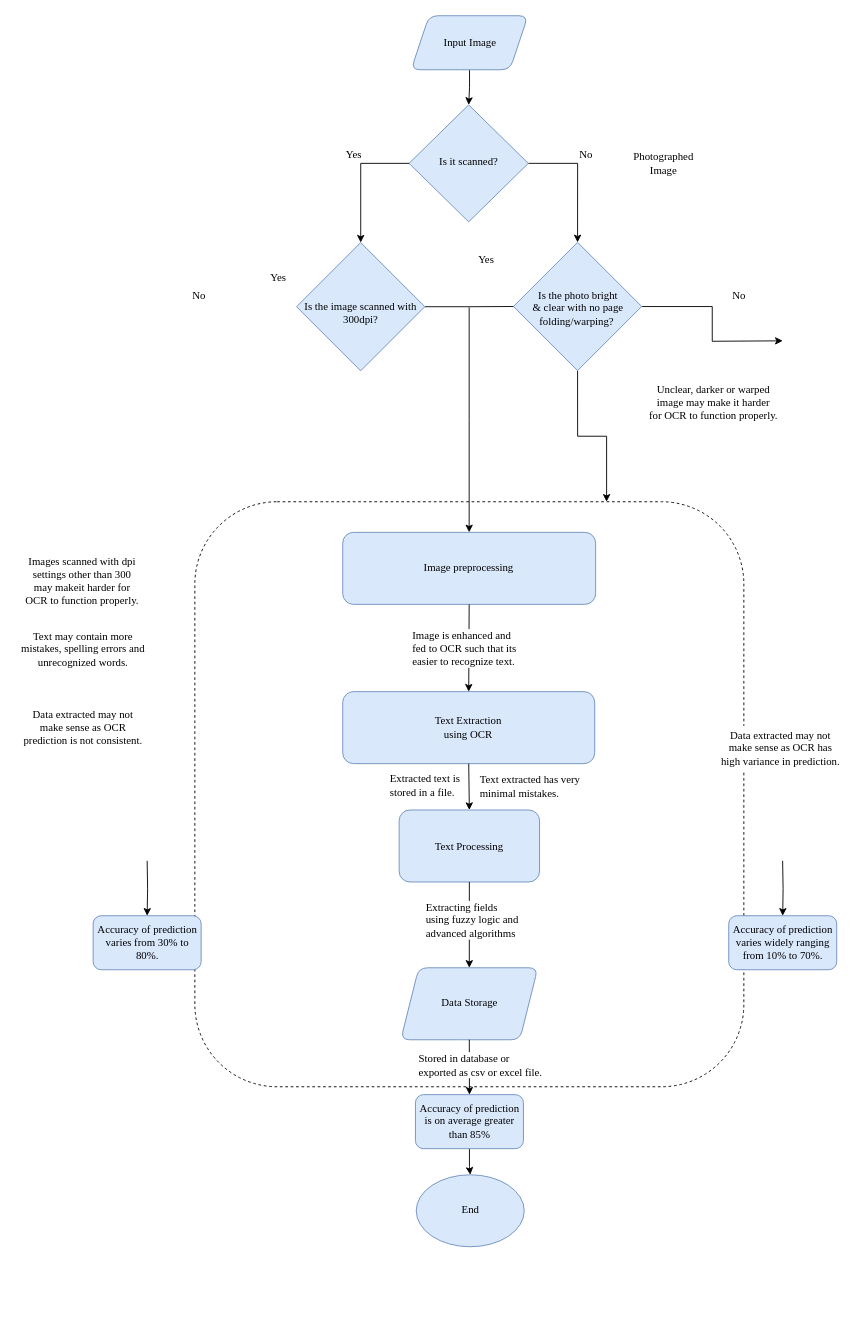
Before: page "Page-3" (3 of 3) of workflow3.drawio in NiThIn-S/first, a draw.io diagram. Source tidied: cells renumbered, new cells numbered last; positions are measured from the earlier drawing's top-left corner, leaving out a move shared by most shapes. Both pictures are drawn from the tidied source at 90%, with x=0, y=0 at pixel (15, 15).
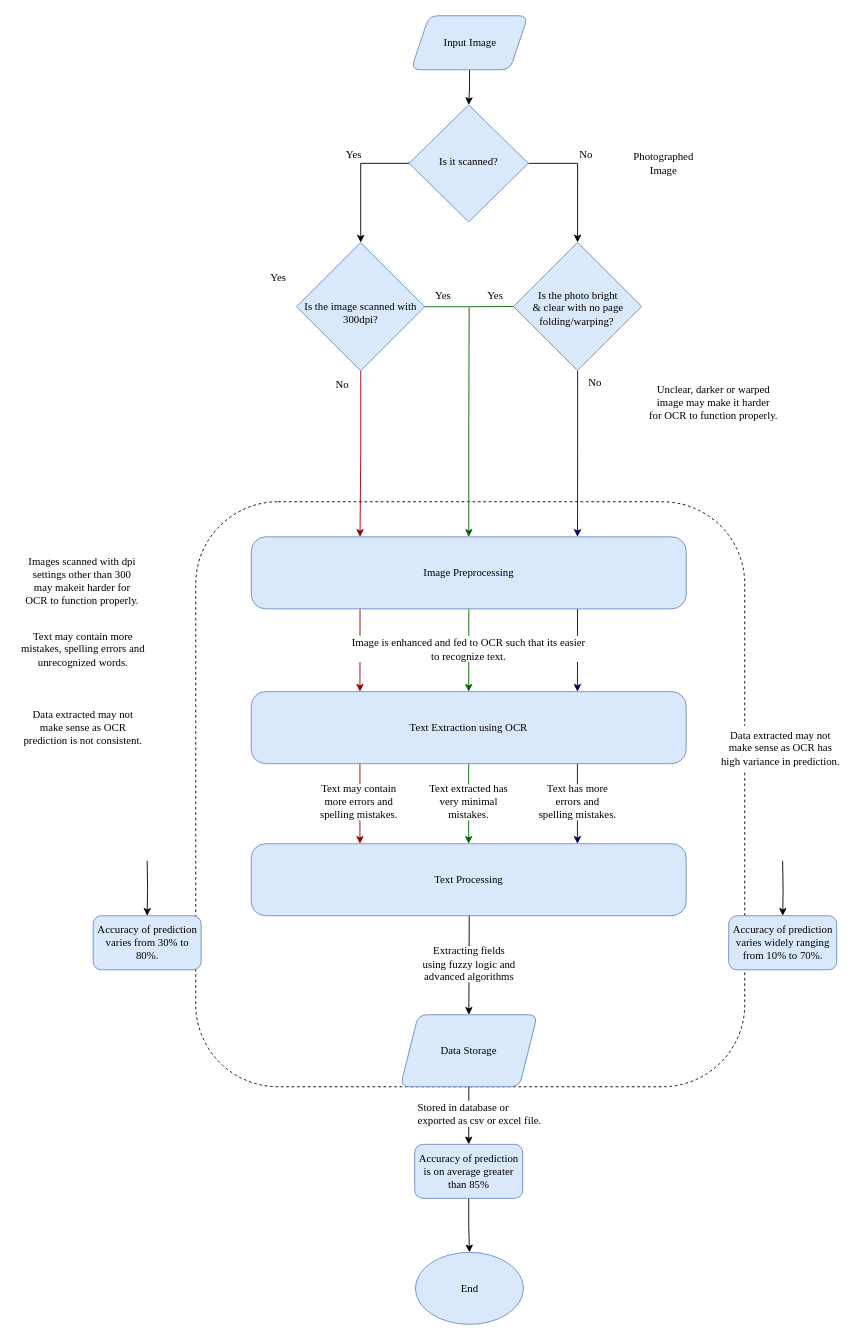
The same page after the edit.

The change refers to these unchanged cells:
```xml
<mxCell id="5" value="Is the photo bright&lt;div&gt;&amp;amp; clear with no page folding/warping?&amp;nbsp; &lt;br&gt;&lt;/div&gt;" style="rhombus;whiteSpace=wrap;shadow=0;fontFamily=Times New Roman;fontSize=12;align=center;strokeWidth=1;spacing=6;spacingTop=4;verticalAlign=middle;textDirection=ltr;html=1;horizontal=1;fillColor=#dae8fc;strokeColor=#6c8ebf;labelPosition=center;verticalLabelPosition=middle;spacingLeft=1;" parent="1" vertex="1">
  <mxGeometry x="553" y="251.8" width="142.5" height="142.5" as="geometry" />
</mxCell>
<mxCell id="10" value="&lt;div&gt;&lt;span&gt;&lt;br&gt;&lt;/span&gt;&lt;/div&gt;&lt;div&gt;&lt;span&gt;Is the image scanned&lt;/span&gt;&lt;span&gt; with 300dpi? &lt;/span&gt;&lt;/div&gt;" style="rhombus;whiteSpace=wrap;shadow=0;fontFamily=Times New Roman;fontSize=12;align=center;strokeWidth=1;spacing=6;spacingTop=-1;verticalAlign=middle;textDirection=ltr;html=1;horizontal=1;fillColor=#dae8fc;strokeColor=#6c8ebf;labelPosition=center;verticalLabelPosition=middle;" parent="1" vertex="1">
  <mxGeometry x="312" y="252" width="142.5" height="142.5" as="geometry" />
</mxCell>
```

Diff of the diagram source:
```diff
@@
-    <mxCell id="2" style="edgeStyle=orthogonalEdgeStyle;rounded=0;jettySize=auto;html=1;exitX=0.75;exitY=0;exitDx=0;exitDy=0;entryX=0.5;entryY=1;entryDx=0;entryDy=0;startArrow=classic;startFill=1;endArrow=none;endFill=0;fontColor=#000000;" parent="1" edge="1" source="3" target="5">
-      <mxGeometry relative="1" as="geometry" />
-    </mxCell>
     <mxCell id="3" style="rounded=1;whiteSpace=wrap;html=1;labelBackgroundColor=none;textOpacity=0;glass=0;sketch=0;shadow=0;fillColor=none;dashed=1;" parent="1" vertex="1">
-      <mxGeometry x="199" y="540" width="610" height="650" as="geometry" />
+      <mxGeometry x="200" y="540" width="610" height="650" as="geometry" />
     </mxCell>
-    <mxCell id="4" style="edgeStyle=orthogonalEdgeStyle;rounded=0;jettySize=auto;html=1;entryX=0.5;entryY=0;entryDx=0;entryDy=0;fontFamily=Times New Roman;" parent="1" edge="1" source="5">
-      <mxGeometry relative="1" as="geometry">
-        <mxPoint x="852.2" y="361.2" as="targetPoint" />
-      </mxGeometry>
-    </mxCell>
+    <mxCell id="46" style="edgeStyle=orthogonalEdgeStyle;rounded=0;jettySize=auto;html=1;entryX=0.75;entryY=0;entryDx=0;entryDy=0;strokeColor=#000066;" parent="1" edge="1" source="5" target="15">
+      <mxGeometry relative="1" as="geometry" />
+    </mxCell>
@@
-    <mxCell id="9" style="edgeStyle=orthogonalEdgeStyle;rounded=0;jettySize=auto;html=1;entryX=0;entryY=0.5;entryDx=0;entryDy=0;startArrow=none;startFill=0;endArrow=none;endFill=0;fontColor=#000000;" parent="1" edge="1" source="10" target="5">
+    <mxCell id="9" style="edgeStyle=orthogonalEdgeStyle;rounded=0;jettySize=auto;html=1;entryX=0;entryY=0.5;entryDx=0;entryDy=0;startArrow=none;startFill=0;endArrow=none;endFill=0;fontColor=#000000;strokeColor=#006600;" parent="1" edge="1" source="10" target="5">
       <mxGeometry relative="1" as="geometry" />
     </mxCell>
+    <mxCell id="47" style="edgeStyle=orthogonalEdgeStyle;rounded=0;jettySize=auto;html=1;entryX=0.25;entryY=0;entryDx=0;entryDy=0;strokeColor=#990000;" parent="1" edge="1" source="10" target="15">
+      <mxGeometry relative="1" as="geometry" />
+    </mxCell>
@@
-    <mxCell id="14" style="edgeStyle=orthogonalEdgeStyle;rounded=0;jettySize=auto;html=1;endArrow=none;endFill=0;fontColor=#000000;startArrow=classic;startFill=1;" parent="1" edge="1" source="15">
+    <mxCell id="14" style="edgeStyle=orthogonalEdgeStyle;rounded=0;jettySize=auto;html=1;endArrow=none;endFill=0;fontColor=#000000;startArrow=classic;startFill=1;strokeColor=#006600;" parent="1" edge="1" source="15">
       <mxGeometry relative="1" as="geometry">
         <mxPoint x="503.8" y="324" as="targetPoint" />
       </mxGeometry>
     </mxCell>
+    <mxCell id="48" style="edgeStyle=orthogonalEdgeStyle;rounded=0;jettySize=auto;html=1;strokeColor=#006600;" parent="1" edge="1" source="15" target="16">
+      <mxGeometry relative="1" as="geometry" />
+    </mxCell>
+    <mxCell id="49" style="edgeStyle=orthogonalEdgeStyle;rounded=0;jettySize=auto;html=1;exitX=0.25;exitY=1;exitDx=0;exitDy=0;entryX=0.25;entryY=0;entryDx=0;entryDy=0;strokeColor=#990000;" parent="1" edge="1" source="15" target="16">
+      <mxGeometry relative="1" as="geometry" />
+    </mxCell>
+    <mxCell id="50" style="edgeStyle=orthogonalEdgeStyle;rounded=0;jettySize=auto;html=1;exitX=0.75;exitY=1;exitDx=0;exitDy=0;entryX=0.75;entryY=0;entryDx=0;entryDy=0;strokeColor=#000066;" parent="1" edge="1" source="15" target="16">
+      <mxGeometry relative="1" as="geometry" />
+    </mxCell>
-    <mxCell id="15" value="&lt;div&gt;&lt;span&gt;Image preprocessing&lt;/span&gt;&lt;/div&gt;" style="rounded=1;whiteSpace=wrap;html=1;align=center;fillColor=#dae8fc;strokeColor=#6c8ebf;fontFamily=Times New Roman;fontStyle=0;" parent="1" vertex="1">
-      <mxGeometry x="363.3" y="574" width="281" height="80" as="geometry" />
+    <mxCell id="15" value="&lt;div&gt;&lt;span&gt;Image Preprocessing&lt;/span&gt;&lt;/div&gt;" style="rounded=1;whiteSpace=wrap;html=1;align=center;fillColor=#dae8fc;strokeColor=#6c8ebf;fontFamily=Times New Roman;fontStyle=0;arcSize=20;" parent="1" vertex="1">
+      <mxGeometry x="261.7" y="579" width="483.3" height="80" as="geometry" />
     </mxCell>
-    <mxCell id="16" value="&lt;div&gt;Text Extraction &lt;br&gt;&lt;/div&gt;&lt;div&gt;using OCR&lt;/div&gt;" style="rounded=1;whiteSpace=wrap;html=1;align=center;fillColor=#dae8fc;strokeColor=#6c8ebf;fontFamily=Times New Roman;" parent="1" vertex="1">
-      <mxGeometry x="363.3" y="751" width="280" height="80" as="geometry" />
-    </mxCell>
-    <mxCell id="17" value="Text Processing" style="rounded=1;whiteSpace=wrap;html=1;align=center;fillColor=#dae8fc;strokeColor=#6c8ebf;fontFamily=Times New Roman;" parent="1" vertex="1">
-      <mxGeometry x="426" y="882.5" width="156" height="80" as="geometry" />
-    </mxCell>
@@
     <mxCell id="21" value="Yes" style="text;html=1;strokeColor=none;fillColor=none;align=center;verticalAlign=middle;whiteSpace=wrap;rounded=0;fontFamily=Times New Roman;" parent="1" vertex="1">
-      <mxGeometry x="503" y="261" width="40" height="20" as="geometry" />
+      <mxGeometry x="454.5" y="301" width="40" height="20" as="geometry" />
     </mxCell>
     <mxCell id="22" value="No" style="text;html=1;strokeColor=none;fillColor=none;align=center;verticalAlign=middle;whiteSpace=wrap;rounded=0;fontFamily=Times New Roman;" parent="1" vertex="1">
-      <mxGeometry x="784" y="301" width="40" height="20" as="geometry" />
+      <mxGeometry x="624" y="398" width="40" height="20" as="geometry" />
     </mxCell>
     <mxCell id="23" value="No" style="text;html=1;strokeColor=none;fillColor=none;align=center;verticalAlign=middle;whiteSpace=wrap;rounded=0;fontFamily=Times New Roman;" parent="1" vertex="1">
-      <mxGeometry x="184" y="301" width="40" height="20" as="geometry" />
+      <mxGeometry x="343" y="400" width="40" height="20" as="geometry" />
     </mxCell>
-    <mxCell id="24" style="endArrow=classic;html=1;exitX=0.5;exitY=1;exitDx=0;exitDy=0;entryX=0.5;entryY=0;entryDx=0;entryDy=0;fontFamily=Times New Roman;" parent="1" edge="1" source="15" target="16">
-      <mxGeometry relative="1" as="geometry" />
-    </mxCell>
-    <mxCell id="25" value="&lt;div style=&quot;font-size: 12px&quot;&gt;Image is enhanced and &lt;br&gt;&lt;/div&gt;&lt;div style=&quot;font-size: 12px&quot;&gt;fed to OCR such that its &lt;br&gt;&lt;/div&gt;&lt;div style=&quot;font-size: 12px&quot;&gt;easier to recognize text.&lt;br style=&quot;font-size: 12px&quot;&gt;&lt;/div&gt;" style="edgeLabel;html=1;align=left;verticalAlign=middle;fontSize=12;fontFamily=Times New Roman;" parent="24" vertex="1">
-      <mxGeometry relative="1" as="geometry">
-        <mxPoint x="-65" y="-0.2" as="offset" />
-      </mxGeometry>
-    </mxCell>
-    <mxCell id="26" style="endArrow=classic;html=1;exitX=0.5;exitY=1;exitDx=0;exitDy=0;entryX=0.5;entryY=0;entryDx=0;entryDy=0;fontFamily=Times New Roman;" parent="1" edge="1" source="16" target="17">
-      <mxGeometry relative="1" as="geometry" />
-    </mxCell>
-    <mxCell id="27" value="&lt;div&gt;Extracted text is &lt;br&gt;&lt;/div&gt;&lt;div&gt;stored in a file.&lt;/div&gt;" style="edgeLabel;html=1;align=left;verticalAlign=middle;fontSize=12;fontFamily=Times New Roman;" parent="26" vertex="1">
-      <mxGeometry relative="1" as="geometry">
-        <mxPoint x="-90.1" y="-2" as="offset" />
-      </mxGeometry>
-    </mxCell>
     <mxCell id="28" value="Data Storage" style="shape=parallelogram;perimeter=parallelogramPerimeter;whiteSpace=wrap;html=1;fixedSize=1;rounded=1;strokeColor=#6c8ebf;fillColor=#dae8fc;spacingTop=-1;spacingLeft=1;fontFamily=Times New Roman;" parent="1" vertex="1">
-      <mxGeometry x="427.8" y="1057.8" width="152.3" height="80" as="geometry" />
+      <mxGeometry x="427.3" y="1110" width="152.3" height="80" as="geometry" />
     </mxCell>
-    <mxCell id="29" style="endArrow=classic;html=1;exitX=0.5;exitY=1;exitDx=0;exitDy=0;entryX=0.5;entryY=0;entryDx=0;entryDy=0;fontFamily=Times New Roman;" parent="1" edge="1" source="17" target="28">
-      <mxGeometry relative="1" as="geometry" />
+    <mxCell id="29" style="endArrow=classic;html=1;exitX=0.5;exitY=1;exitDx=0;exitDy=0;entryX=0.5;entryY=0;entryDx=0;entryDy=0;fontFamily=Times New Roman;" parent="1" edge="1" target="28">
+      <mxGeometry relative="1" as="geometry">
+        <mxPoint x="504" y="962.5" as="sourcePoint" />
+      </mxGeometry>
     </mxCell>
-    <mxCell id="30" value="&lt;div&gt;Extracting fields &lt;br&gt;&lt;/div&gt;&lt;div&gt;using fuzzy logic and &lt;br&gt;&lt;/div&gt;advanced algorithms" style="edgeLabel;html=1;align=left;verticalAlign=middle;fontSize=12;fontFamily=Times New Roman;" parent="29" vertex="1">
-      <mxGeometry relative="1" as="geometry">
-        <mxPoint x="-50" y="-6.2" as="offset" />
-      </mxGeometry>
-    </mxCell>
     <mxCell id="31" value="End" style="ellipse;whiteSpace=wrap;html=1;rounded=1;strokeColor=#6c8ebf;fillColor=#dae8fc;spacingTop=-1;spacingLeft=1;fontFamily=Times New Roman;" parent="1" vertex="1">
-      <mxGeometry x="445" y="1287.8" width="120" height="80" as="geometry" />
+      <mxGeometry x="444.1" y="1374" width="120" height="80" as="geometry" />
     </mxCell>
@@
-    <mxCell id="35" value="Text extracted has very minimal mistakes." style="text;html=1;strokeColor=none;fillColor=none;align=left;verticalAlign=middle;whiteSpace=wrap;rounded=0;fontSize=12;fontFamily=Times New Roman;" parent="1" vertex="1">
-      <mxGeometry x="514" y="835.8" width="150" height="40" as="geometry" />
-    </mxCell>
@@
     <mxCell id="41" value="Accuracy of prediction is on average greater than 85%" style="whiteSpace=wrap;html=1;rounded=1;fontFamily=Times New Roman;strokeColor=#6c8ebf;fillColor=#dae8fc;spacingTop=-1;spacingLeft=1;" parent="1" vertex="1">
-      <mxGeometry x="444.1" y="1198.8" width="120" height="60" as="geometry" />
+      <mxGeometry x="443.3" y="1254" width="120" height="60" as="geometry" />
     </mxCell>
@@
+    <mxCell id="51" value="Yes" style="text;html=1;strokeColor=none;fillColor=none;align=center;verticalAlign=middle;whiteSpace=wrap;rounded=0;fontFamily=Times New Roman;" parent="1" vertex="1">
+      <mxGeometry x="513" y="301" width="40" height="20" as="geometry" />
+    </mxCell>
+    <mxCell id="52" style="edgeStyle=orthogonalEdgeStyle;rounded=0;jettySize=auto;html=1;fontFamily=Helvetica;strokeColor=#006600;" parent="1" edge="1" source="16" target="17">
+      <mxGeometry relative="1" as="geometry" />
+    </mxCell>
+    <mxCell id="53" style="edgeStyle=orthogonalEdgeStyle;rounded=0;jettySize=auto;html=1;exitX=0.75;exitY=1;exitDx=0;exitDy=0;entryX=0.75;entryY=0;entryDx=0;entryDy=0;fontFamily=Times New Roman;strokeColor=#000066;" parent="1" edge="1" source="16" target="17">
+      <mxGeometry relative="1" as="geometry" />
+    </mxCell>
+    <mxCell id="54" style="edgeStyle=orthogonalEdgeStyle;rounded=0;jettySize=auto;html=1;exitX=0.25;exitY=1;exitDx=0;exitDy=0;entryX=0.25;entryY=0;entryDx=0;entryDy=0;fontFamily=Helvetica;strokeColor=#990000;" parent="1" edge="1" source="16" target="17">
+      <mxGeometry relative="1" as="geometry" />
+    </mxCell>
+    <mxCell id="16" value="&lt;div&gt;Text Extraction using OCR&lt;/div&gt;" style="rounded=1;whiteSpace=wrap;html=1;align=center;fillColor=#dae8fc;strokeColor=#6c8ebf;fontFamily=Times New Roman;fontStyle=0;arcSize=20;" parent="1" vertex="1">
+      <mxGeometry x="261.6" y="751" width="483.3" height="80" as="geometry" />
+    </mxCell>
+    <mxCell id="25" value="&lt;br&gt;&lt;div style=&quot;font-size: 12px&quot;&gt;Image is enhanced and fed to OCR such that its easier to recognize text.&lt;br style=&quot;font-size: 12px&quot;&gt;&lt;/div&gt;" style="text;html=1;strokeColor=none;align=center;verticalAlign=middle;whiteSpace=wrap;rounded=0;fillColor=#ffffff;spacingTop=-14;fontFamily=Times New Roman;spacing=2;" parent="1" vertex="1">
+      <mxGeometry x="368" y="689" width="271" height="29" as="geometry" />
+    </mxCell>
+    <mxCell id="17" value="Text Processing" style="rounded=1;whiteSpace=wrap;html=1;align=center;fillColor=#dae8fc;strokeColor=#6c8ebf;fontFamily=Times New Roman;fontStyle=0;arcSize=20;" parent="1" vertex="1">
+      <mxGeometry x="261.6" y="920" width="483.3" height="80" as="geometry" />
+    </mxCell>
+    <mxCell id="35" value="&lt;div&gt;Text extracted has very minimal &lt;br&gt;&lt;/div&gt;&lt;div&gt;mistakes.&lt;/div&gt;" style="text;html=1;strokeColor=none;align=center;verticalAlign=middle;whiteSpace=wrap;rounded=0;fontSize=12;fontFamily=Times New Roman;fillColor=#FFFFFF;spacingTop=-2;" parent="1" vertex="1">
+      <mxGeometry x="456" y="854" width="94.5" height="40" as="geometry" />
+    </mxCell>
+    <mxCell id="55" value="&lt;div&gt;Text may contain &lt;br&gt;&lt;/div&gt;&lt;div&gt;more errors and&lt;/div&gt;&lt;div&gt; spelling mistakes.&lt;br&gt;&lt;/div&gt;" style="text;html=1;align=center;verticalAlign=middle;whiteSpace=wrap;rounded=0;fontSize=12;fontFamily=Times New Roman;fillColor=#ffffff;spacingTop=-2;" parent="1" vertex="1">
+      <mxGeometry x="332" y="854" width="98.5" height="40" as="geometry" />
+    </mxCell>
+    <mxCell id="56" value="&lt;div&gt;Text has more errors and&lt;/div&gt;&lt;div&gt; spelling mistakes.&lt;br&gt;&lt;/div&gt;" style="text;html=1;strokeColor=none;align=center;verticalAlign=middle;whiteSpace=wrap;rounded=0;fontSize=12;fontFamily=Times New Roman;fillColor=#FFFFFF;spacingTop=-2;" parent="1" vertex="1">
+      <mxGeometry x="577" y="854" width="94.5" height="40" as="geometry" />
+    </mxCell>
+    <mxCell id="30" value="&lt;br&gt;&lt;div&gt;Extracting fields &lt;br&gt;&lt;/div&gt;&lt;div&gt;using fuzzy logic and &lt;br&gt;&lt;/div&gt;advanced algorithms&lt;br&gt;" style="text;html=1;align=center;verticalAlign=middle;whiteSpace=wrap;rounded=0;fontSize=12;fontFamily=Times New Roman;fillColor=#ffffff;spacingTop=-16;" parent="1" vertex="1">
+      <mxGeometry x="449.5" y="1034" width="107.5" height="40" as="geometry" />
+    </mxCell>
```
